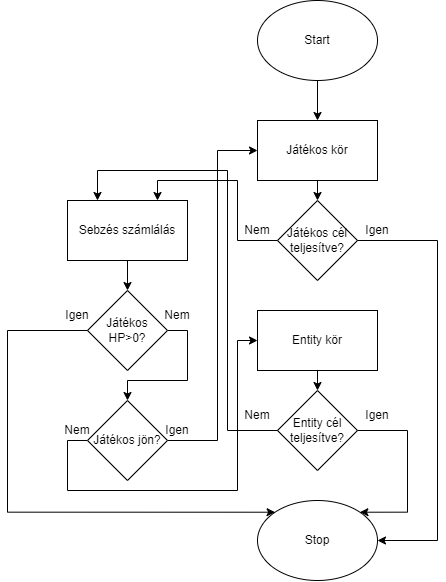
martonmengyan/szakdolgozat keeps this draw.io diagram as images/gameUML.png. Above is the earlier version. Source tidied: cells renumbered, new cells last; positions are measured from the earlier drawing's top-left corner, leaving out a move shared by most shapes.
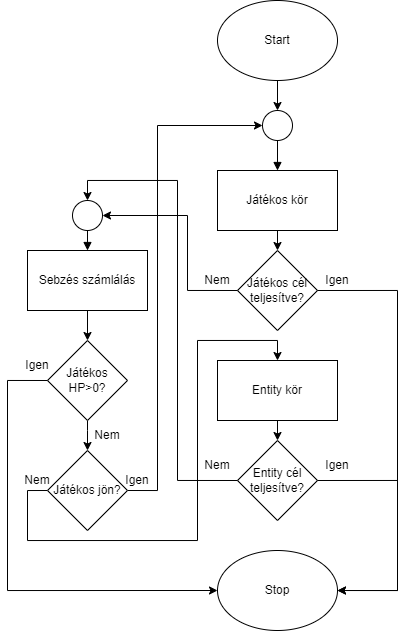
The same diagram one commit later.

What changed in the source:
```diff
@@ -3,7 +3,7 @@
     <mxCell id="0" />
     <mxCell id="1" parent="0" />
     <mxCell id="2" value="Start" style="ellipse;whiteSpace=wrap;html=1;" parent="1" vertex="1">
-      <mxGeometry x="250" width="120" height="80" as="geometry" />
+      <mxGeometry x="250" y="-50" width="120" height="80" as="geometry" />
     </mxCell>
     <mxCell id="3" value="Játékos kör" style="rounded=0;whiteSpace=wrap;html=1;" parent="1" vertex="1">
       <mxGeometry x="250" y="120" width="120" height="60" as="geometry" />
@@ -28,35 +28,34 @@
     <mxCell id="8" value="Entity cél teljesítve?" style="rhombus;whiteSpace=wrap;html=1;" parent="1" vertex="1">
       <mxGeometry x="270" y="390" width="80" height="80" as="geometry" />
     </mxCell>
-    <mxCell id="9" style="endArrow=classic;html=1;rounded=0;exitX=1;exitY=0.5;exitDx=0;exitDy=0;entryX=1;entryY=0;entryDx=0;entryDy=0;edgeStyle=orthogonalEdgeStyle;" parent="1" edge="1" source="8" target="6">
+    <mxCell id="9" style="endArrow=classic;html=1;rounded=0;exitX=1;exitY=0.5;exitDx=0;exitDy=0;entryX=1;entryY=0.5;entryDx=0;entryDy=0;edgeStyle=orthogonalEdgeStyle;" parent="1" edge="1" source="8" target="6">
       <mxGeometry relative="1" as="geometry">
         <Array as="points">
-          <mxPoint x="400" y="430" />
-          <mxPoint x="400" y="512" />
+          <mxPoint x="430" y="430" />
+          <mxPoint x="430" y="540" />
         </Array>
       </mxGeometry>
     </mxCell>
-    <mxCell id="10" style="endArrow=classic;html=1;rounded=0;exitX=0.5;exitY=1;exitDx=0;exitDy=0;entryX=0.5;entryY=0;entryDx=0;entryDy=0;" parent="1" edge="1" source="2" target="3">
+    <mxCell id="10" style="endArrow=classic;html=1;rounded=0;exitX=0.5;exitY=1;exitDx=0;exitDy=0;entryX=0.5;entryY=0;entryDx=0;entryDy=0;" parent="1" edge="1" source="2" target="34">
       <mxGeometry relative="1" as="geometry" />
     </mxCell>
-    <mxCell id="11" style="endArrow=classic;html=1;rounded=0;exitX=0;exitY=0.5;exitDx=0;exitDy=0;edgeStyle=orthogonalEdgeStyle;entryX=0.75;entryY=0;entryDx=0;entryDy=0;" parent="1" edge="1" source="5" target="20">
+    <mxCell id="11" style="endArrow=classic;html=1;rounded=0;exitX=0;exitY=0.5;exitDx=0;exitDy=0;edgeStyle=orthogonalEdgeStyle;entryX=1;entryY=0.5;entryDx=0;entryDy=0;" parent="1" edge="1" source="5" target="32">
       <mxGeometry relative="1" as="geometry">
         <Array as="points">
-          <mxPoint x="230" y="240" />
-          <mxPoint x="230" y="180" />
-          <mxPoint x="150" y="180" />
+          <mxPoint x="220" y="240" />
+          <mxPoint x="220" y="165" />
         </Array>
       </mxGeometry>
     </mxCell>
     <mxCell id="12" style="endArrow=classic;html=1;rounded=0;exitX=0.5;exitY=1;exitDx=0;exitDy=0;" parent="1" edge="1" source="4" target="8">
       <mxGeometry relative="1" as="geometry" />
     </mxCell>
-    <mxCell id="13" style="endArrow=classic;html=1;rounded=0;exitX=0;exitY=0.5;exitDx=0;exitDy=0;edgeStyle=orthogonalEdgeStyle;entryX=0.25;entryY=0;entryDx=0;entryDy=0;" parent="1" edge="1" source="8" target="20">
+    <mxCell id="13" style="endArrow=classic;html=1;rounded=0;exitX=0;exitY=0.5;exitDx=0;exitDy=0;edgeStyle=orthogonalEdgeStyle;entryX=0.5;entryY=0;entryDx=0;entryDy=0;" parent="1" edge="1" source="8" target="32">
       <mxGeometry relative="1" as="geometry">
         <Array as="points">
-          <mxPoint x="220" y="430" />
-          <mxPoint x="220" y="170" />
-          <mxPoint x="90" y="170" />
+          <mxPoint x="210" y="430" />
+          <mxPoint x="210" y="130" />
+          <mxPoint x="120" y="130" />
         </Array>
       </mxGeometry>
     </mxCell>
@@ -69,11 +68,10 @@
     <mxCell id="16" value="Nem&lt;span style=&quot;color: rgba(0 , 0 , 0 , 0) ; font-family: monospace ; font-size: 0px&quot;&gt;%3CmxGraphModel%3E%3Croot%3E%3CmxCell%20id%3D%220%22%2F%3E%3CmxCell%20id%3D%221%22%20parent%3D%220%22%2F%3E%3CmxCell%20id%3D%222%22%20value%3D%22J%C3%A1t%C3%A9kos%20c%C3%A9l%20teljes%C3%ADtve%3F%22%20style%3D%22rhombus%3BwhiteSpace%3Dwrap%3Bhtml%3D1%3B%22%20vertex%3D%221%22%20parent%3D%221%22%3E%3CmxGeometry%20x%3D%22170%22%20y%3D%22200%22%20width%3D%2280%22%20height%3D%2280%22%20as%3D%22geometry%22%2F%3E%3C%2FmxCell%3E%3C%2Froot%3E%3C%2FmxGraphModel%3E&lt;/span&gt;" style="text;html=1;strokeColor=none;fillColor=none;align=center;verticalAlign=middle;whiteSpace=wrap;rounded=0;" parent="1" vertex="1">
       <mxGeometry x="220" y="400" width="60" height="30" as="geometry" />
     </mxCell>
-    <mxCell id="17" style="edgeStyle=orthogonalEdgeStyle;rounded=0;jettySize=auto;html=1;exitX=1;exitY=0.5;exitDx=0;exitDy=0;entryX=0.5;entryY=0;entryDx=0;entryDy=0;" parent="1" edge="1" source="18" target="25">
+    <mxCell id="17" style="edgeStyle=orthogonalEdgeStyle;rounded=0;jettySize=auto;html=1;exitX=0.5;exitY=1;exitDx=0;exitDy=0;entryX=0.5;entryY=0;entryDx=0;entryDy=0;" parent="1" edge="1" source="18" target="25">
       <mxGeometry relative="1" as="geometry">
         <Array as="points">
-          <mxPoint x="180" y="330" />
-          <mxPoint x="180" y="380" />
+          <mxPoint x="120" y="380" />
           <mxPoint x="120" y="380" />
         </Array>
       </mxGeometry>
@@ -81,11 +79,11 @@
     <mxCell id="18" value="Játékos HP&amp;gt;0?" style="rhombus;whiteSpace=wrap;html=1;" parent="1" vertex="1">
       <mxGeometry x="80" y="290" width="80" height="80" as="geometry" />
     </mxCell>
-    <mxCell id="19" style="endArrow=classic;html=1;rounded=0;exitX=0;exitY=0.5;exitDx=0;exitDy=0;entryX=0;entryY=0;entryDx=0;entryDy=0;edgeStyle=orthogonalEdgeStyle;" parent="1" edge="1" source="18" target="6">
+    <mxCell id="19" style="endArrow=classic;html=1;rounded=0;exitX=0;exitY=0.5;exitDx=0;exitDy=0;entryX=0;entryY=0.5;entryDx=0;entryDy=0;edgeStyle=orthogonalEdgeStyle;" parent="1" edge="1" source="18" target="6">
       <mxGeometry relative="1" as="geometry">
         <Array as="points">
-          <mxPoint y="330" />
-          <mxPoint y="512" />
+          <mxPoint x="40" y="330" />
+          <mxPoint x="40" y="540" />
         </Array>
       </mxGeometry>
     </mxCell>
@@ -96,23 +94,24 @@
       <mxGeometry relative="1" as="geometry" />
     </mxCell>
     <mxCell id="22" value="Nem&lt;span style=&quot;color: rgba(0 , 0 , 0 , 0) ; font-family: monospace ; font-size: 0px&quot;&gt;%3CmxGraphModel%3E%3Croot%3E%3CmxCell%20id%3D%220%22%2F%3E%3CmxCell%20id%3D%221%22%20parent%3D%220%22%2F%3E%3CmxCell%20id%3D%222%22%20value%3D%22J%C3%A1t%C3%A9kos%20c%C3%A9l%20teljes%C3%ADtve%3F%22%20style%3D%22rhombus%3BwhiteSpace%3Dwrap%3Bhtml%3D1%3B%22%20vertex%3D%221%22%20parent%3D%221%22%3E%3CmxGeometry%20x%3D%22170%22%20y%3D%22200%22%20width%3D%2280%22%20height%3D%2280%22%20as%3D%22geometry%22%2F%3E%3C%2FmxCell%3E%3C%2Froot%3E%3C%2FmxGraphModel%3E&lt;/span&gt;" style="text;html=1;strokeColor=none;fillColor=none;align=center;verticalAlign=middle;whiteSpace=wrap;rounded=0;" parent="1" vertex="1">
-      <mxGeometry x="140" y="300" width="60" height="30" as="geometry" />
+      <mxGeometry x="110" y="370" width="60" height="30" as="geometry" />
     </mxCell>
-    <mxCell id="23" style="edgeStyle=orthogonalEdgeStyle;rounded=0;jettySize=auto;html=1;exitX=1;exitY=0.5;exitDx=0;exitDy=0;entryX=0;entryY=0.5;entryDx=0;entryDy=0;" parent="1" edge="1" source="25" target="3">
+    <mxCell id="23" style="edgeStyle=orthogonalEdgeStyle;rounded=0;jettySize=auto;html=1;exitX=1;exitY=0.5;exitDx=0;exitDy=0;entryX=0;entryY=0.5;entryDx=0;entryDy=0;" parent="1" edge="1" source="25" target="34">
       <mxGeometry relative="1" as="geometry">
         <Array as="points">
-          <mxPoint x="210" y="440" />
-          <mxPoint x="210" y="150" />
+          <mxPoint x="190" y="440" />
+          <mxPoint x="190" y="75" />
         </Array>
       </mxGeometry>
     </mxCell>
-    <mxCell id="24" style="edgeStyle=orthogonalEdgeStyle;rounded=0;jettySize=auto;html=1;exitX=0;exitY=0.5;exitDx=0;exitDy=0;entryX=0;entryY=0.5;entryDx=0;entryDy=0;" parent="1" edge="1" source="25" target="4">
+    <mxCell id="24" style="edgeStyle=orthogonalEdgeStyle;rounded=0;jettySize=auto;html=1;exitX=0;exitY=0.5;exitDx=0;exitDy=0;entryX=0.5;entryY=0;entryDx=0;entryDy=0;" parent="1" edge="1" source="25" target="4">
       <mxGeometry relative="1" as="geometry">
         <Array as="points">
           <mxPoint x="60" y="440" />
           <mxPoint x="60" y="490" />
           <mxPoint x="230" y="490" />
-          <mxPoint x="230" y="340" />
+          <mxPoint x="230" y="290" />
+          <mxPoint x="310" y="290" />
         </Array>
       </mxGeometry>
     </mxCell>
@@ -134,5 +133,17 @@
     <mxCell id="30" value="Igen" style="text;html=1;strokeColor=none;fillColor=none;align=center;verticalAlign=middle;whiteSpace=wrap;rounded=0;" parent="1" vertex="1">
       <mxGeometry x="140" y="415" width="60" height="30" as="geometry" />
     </mxCell>
+    <mxCell id="31" style="edgeStyle=none;rounded=0;jettySize=auto;html=1;exitX=0.5;exitY=1;exitDx=0;exitDy=0;entryX=0.5;entryY=0;entryDx=0;entryDy=0;startArrow=none;startFill=0;endArrow=block;endFill=1;" parent="1" edge="1" source="32" target="20">
+      <mxGeometry relative="1" as="geometry" />
+    </mxCell>
+    <mxCell id="32" style="ellipse;whiteSpace=wrap;html=1;" parent="1" vertex="1">
+      <mxGeometry x="105" y="150" width="30" height="30" as="geometry" />
+    </mxCell>
+    <mxCell id="33" style="edgeStyle=none;rounded=0;jettySize=auto;html=1;exitX=0.5;exitY=1;exitDx=0;exitDy=0;startArrow=none;startFill=0;endArrow=block;endFill=1;" parent="1" edge="1" source="34" target="3">
+      <mxGeometry relative="1" as="geometry" />
+    </mxCell>
+    <mxCell id="34" style="ellipse;whiteSpace=wrap;html=1;" parent="1" vertex="1">
+      <mxGeometry x="295" y="60" width="30" height="30" as="geometry" />
+    </mxCell>
   </root>
 </mxGraphModel>
```
